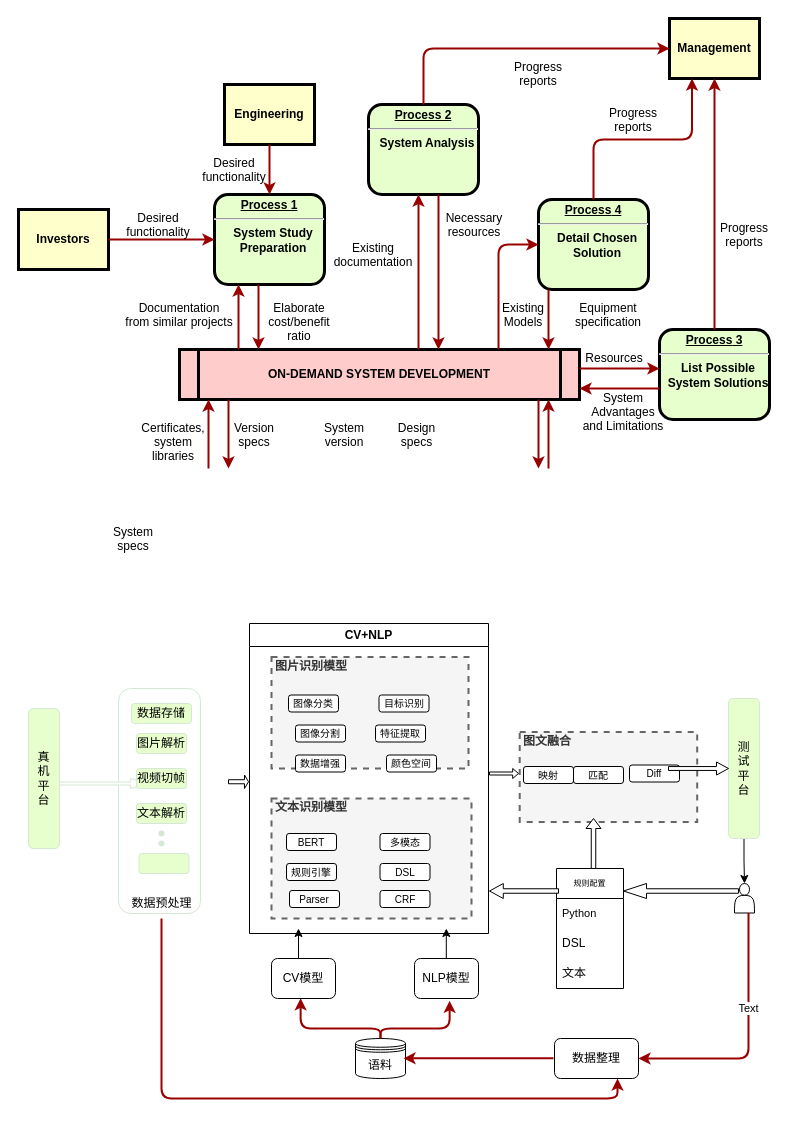
Above: simulation/未命名绘图.drawio in GeekTemo/ads_simulation (draw.io), before the change. Source tidied: cells renumbered, new cells numbered last; positions are measured from the earlier drawing's top-left corner, leaving out a move shared by most shapes. Both pictures are drawn from the tidied source at 100%, with x=0, y=0 at pixel (18, 18).
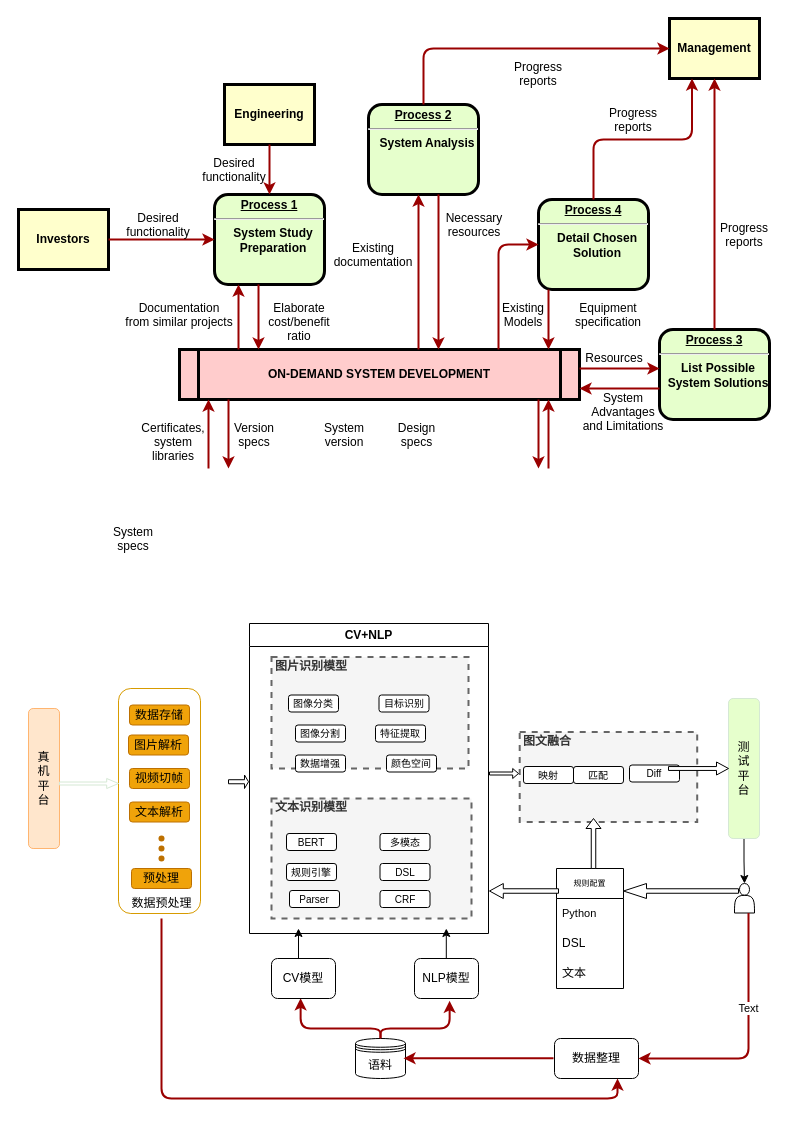
Above is the later version.

Commit message:
音画不一致系统架构.drawio

The edit, as a diff of the source:
```diff
@@
-    <mxCell id="46" value="真&lt;br&gt;机&lt;br&gt;平&lt;br&gt;台" style="rounded=1;whiteSpace=wrap;html=1;fillColor=#E6FFCC;strokeColor=#D5E8D4;" parent="1" vertex="1">
+    <mxCell id="46" value="真&lt;br&gt;机&lt;br&gt;平&lt;br&gt;台" style="rounded=1;whiteSpace=wrap;html=1;fillColor=#ffe6cc;strokeColor=#FFB570;" parent="1" vertex="1">
       <mxGeometry x="10" y="690" width="31" height="140" as="geometry" />
     </mxCell>
-    <mxCell id="47" style="rounded=1;whiteSpace=wrap;html=1;strokeColor=#D5E8D4;fillColor=#FFFFFF;" parent="1" vertex="1">
+    <mxCell id="47" style="rounded=1;whiteSpace=wrap;html=1;strokeColor=#d79b00;fillColor=none;" parent="1" vertex="1">
       <mxGeometry x="100" y="670" width="82" height="225" as="geometry" />
     </mxCell>
-    <mxCell id="48" value="数据存储" style="rounded=1;whiteSpace=wrap;html=1;strokeColor=#D5E8D4;fillColor=#E6FFCC;" parent="1" vertex="1">
-      <mxGeometry x="113" y="685" width="60" height="20" as="geometry" />
+    <mxCell id="48" value="数据存储" style="rounded=1;whiteSpace=wrap;html=1;strokeColor=#BD7000;fillColor=#f0a30a;fontColor=#000000;" parent="1" vertex="1">
+      <mxGeometry x="111" y="686.5" width="60" height="20" as="geometry" />
     </mxCell>
-    <mxCell id="49" value="图片解析" style="rounded=1;whiteSpace=wrap;html=1;strokeColor=#D5E8D4;fillColor=#E6FFCC;" parent="1" vertex="1">
-      <mxGeometry x="118" y="715" width="50" height="20" as="geometry" />
-    </mxCell>
     <mxCell id="50" style="shape=singleArrow;whiteSpace=wrap;html=1;strokeColor=#D5E8D4;fillColor=#FFFFFF;" parent="1" vertex="1">
-      <mxGeometry x="41" y="760" width="89" height="10" as="geometry" />
+      <mxGeometry x="41" y="760" width="59" height="10" as="geometry" />
     </mxCell>
-    <mxCell id="51" value="视频切帧" style="rounded=1;whiteSpace=wrap;html=1;strokeColor=#D5E8D4;fillColor=#E6FFCC;" parent="1" vertex="1">
-      <mxGeometry x="118" y="750" width="50" height="20" as="geometry" />
-    </mxCell>
-    <mxCell id="52" value="文本解析" style="rounded=1;whiteSpace=wrap;html=1;strokeColor=#D5E8D4;fillColor=#E6FFCC;" parent="1" vertex="1">
-      <mxGeometry x="118" y="785" width="50" height="20" as="geometry" />
-    </mxCell>
-    <mxCell id="53" style="rounded=1;whiteSpace=wrap;html=1;strokeColor=#D5E8D4;fillColor=#E6FFCC;" parent="1" vertex="1">
-      <mxGeometry x="120.5" y="835" width="50" height="20" as="geometry" />
-    </mxCell>
@@
-    <mxCell id="55" style="shape=waypoint;sketch=0;fillStyle=solid;size=6;fillColor=none;perimeter=centerPerimeter;strokeColor=#D5E8D4;" parent="1" vertex="1">
-      <mxGeometry x="123" y="795" width="40" height="40" as="geometry" />
+    <mxCell id="55" style="shape=waypoint;sketch=0;fillStyle=solid;size=6;fillColor=#f0a30a;perimeter=centerPerimeter;strokeColor=#BD7000;fontColor=#000000;" parent="1" vertex="1">
+      <mxGeometry x="123" y="800" width="40" height="40" as="geometry" />
     </mxCell>
-    <mxCell id="56" style="shape=waypoint;sketch=0;fillStyle=solid;size=6;fillColor=none;perimeter=centerPerimeter;strokeColor=#D5E8D4;" parent="1" vertex="1">
-      <mxGeometry x="123" y="805" width="40" height="40" as="geometry" />
-    </mxCell>
@@
+    <mxCell id="49" value="图片解析" style="rounded=1;whiteSpace=wrap;html=1;strokeColor=#BD7000;fillColor=#f0a30a;fontColor=#000000;" parent="1" vertex="1">
+      <mxGeometry x="110" y="716.5" width="60" height="20" as="geometry" />
+    </mxCell>
+    <mxCell id="51" value="视频切帧" style="rounded=1;whiteSpace=wrap;html=1;strokeColor=#BD7000;fillColor=#f0a30a;fontColor=#000000;" parent="1" vertex="1">
+      <mxGeometry x="111" y="750" width="60" height="20" as="geometry" />
+    </mxCell>
+    <mxCell id="102" style="shape=waypoint;sketch=0;fillStyle=solid;size=6;fillColor=#f0a30a;perimeter=centerPerimeter;strokeColor=#BD7000;fontColor=#000000;" parent="1" vertex="1">
+      <mxGeometry x="123" y="820" width="40" height="40" as="geometry" />
+    </mxCell>
+    <mxCell id="52" value="文本解析" style="rounded=1;whiteSpace=wrap;html=1;strokeColor=#BD7000;fillColor=#f0a30a;fontColor=#000000;" parent="1" vertex="1">
+      <mxGeometry x="111" y="783.5" width="60" height="20" as="geometry" />
+    </mxCell>
+    <mxCell id="103" value="预处理" style="rounded=1;whiteSpace=wrap;html=1;strokeColor=#BD7000;fillColor=#f0a30a;fontColor=#000000;" parent="1" vertex="1">
+      <mxGeometry x="113" y="850" width="60" height="20" as="geometry" />
+    </mxCell>
+    <mxCell id="104" style="shape=waypoint;sketch=0;fillStyle=solid;size=6;fillColor=#f0a30a;perimeter=centerPerimeter;strokeColor=#BD7000;fontColor=#000000;" parent="1" vertex="1">
+      <mxGeometry x="123" y="810" width="40" height="40" as="geometry" />
+    </mxCell>
```
